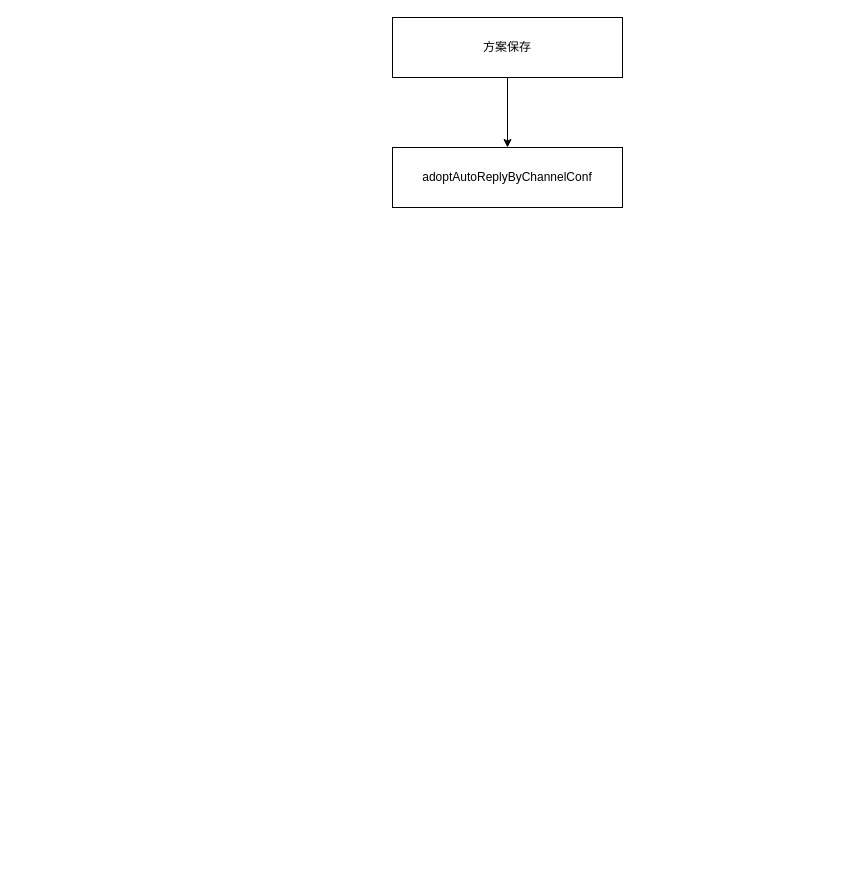
Earlier version of the draw.io diagram sop.drawio (1819011603/-). Source tidied: cells renumbered, new cells numbered last; positions are measured from the earlier drawing's top-left corner, leaving out a move shared by most shapes. Both pictures are drawn from the tidied source at 100%, with x=0, y=0 at pixel (392, 17).
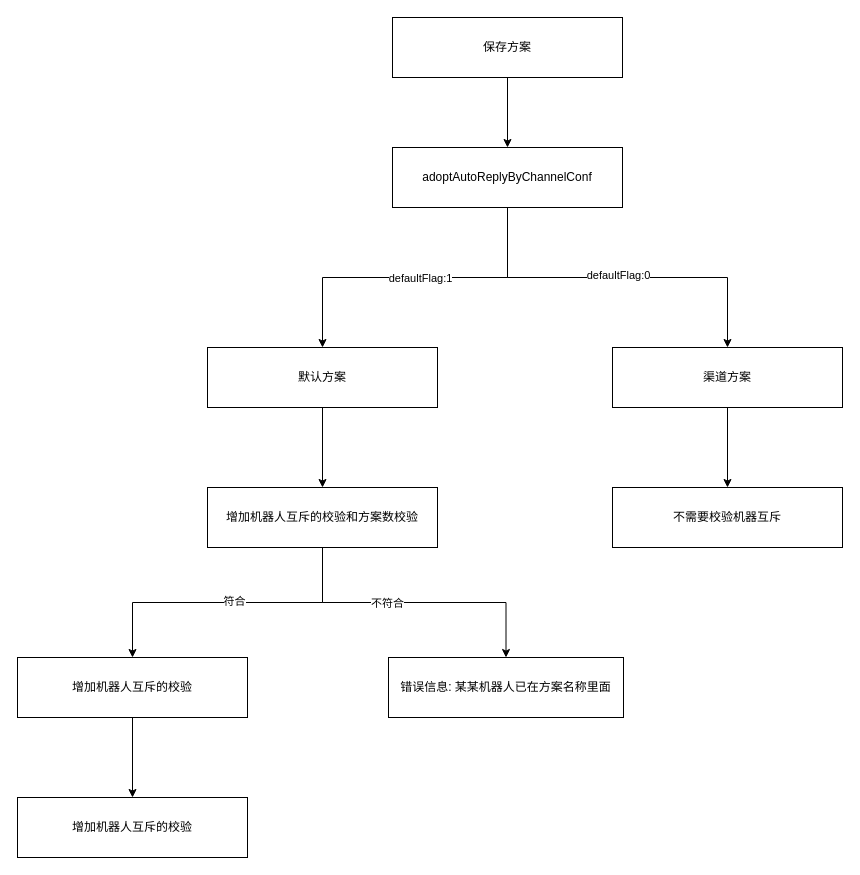
After the change.

The change refers to these unchanged cells:
```xml
<mxCell id="2" value="adoptAutoReplyByChannelConf" style="rounded=0;whiteSpace=wrap;html=1;" parent="1" vertex="1">
  <mxGeometry y="130" width="230" height="60" as="geometry" />
</mxCell>
```

Change to the diagram source:
```diff
@@
+    <mxCell id="5" style="edgeStyle=orthogonalEdgeStyle;rounded=0;jettySize=auto;html=1;" parent="1" edge="1" source="2" target="10">
+      <mxGeometry relative="1" as="geometry" />
+    </mxCell>
+    <mxCell id="6" value="defaultFlag:1" style="edgeLabel;html=1;align=center;verticalAlign=middle;" parent="5" vertex="1">
+      <mxGeometry x="-0.03" relative="1" as="geometry" />
+    </mxCell>
+    <mxCell id="7" style="edgeStyle=orthogonalEdgeStyle;rounded=0;jettySize=auto;html=1;" parent="1" edge="1" source="2" target="12">
+      <mxGeometry relative="1" as="geometry" />
+    </mxCell>
+    <mxCell id="8" value="defaultFlag:0" style="edgeLabel;html=1;align=center;verticalAlign=middle;" parent="7" vertex="1">
+      <mxGeometry y="3" relative="1" as="geometry" />
+    </mxCell>
@@
-    <mxCell id="4" value="方案保存" style="rounded=0;whiteSpace=wrap;html=1;" parent="1" vertex="1">
+    <mxCell id="4" value="保存方案" style="rounded=0;whiteSpace=wrap;html=1;" parent="1" vertex="1">
       <mxGeometry width="230" height="60" as="geometry" />
     </mxCell>
+    <mxCell id="9" style="edgeStyle=orthogonalEdgeStyle;rounded=0;jettySize=auto;html=1;" parent="1" edge="1" source="10" target="17">
+      <mxGeometry relative="1" as="geometry" />
+    </mxCell>
+    <mxCell id="10" value="默认方案" style="rounded=0;whiteSpace=wrap;html=1;" parent="1" vertex="1">
+      <mxGeometry x="-185" y="330" width="230" height="60" as="geometry" />
+    </mxCell>
+    <mxCell id="11" style="edgeStyle=orthogonalEdgeStyle;rounded=0;jettySize=auto;html=1;" parent="1" edge="1" source="12" target="22">
+      <mxGeometry relative="1" as="geometry" />
+    </mxCell>
+    <mxCell id="12" value="渠道方案" style="rounded=0;whiteSpace=wrap;html=1;" parent="1" vertex="1">
+      <mxGeometry x="220" y="330" width="230" height="60" as="geometry" />
+    </mxCell>
+    <mxCell id="13" style="edgeStyle=orthogonalEdgeStyle;rounded=0;jettySize=auto;html=1;" parent="1" edge="1" source="17" target="18">
+      <mxGeometry relative="1" as="geometry" />
+    </mxCell>
+    <mxCell id="14" value="不符合" style="edgeLabel;html=1;align=center;verticalAlign=middle;" parent="13" vertex="1">
+      <mxGeometry x="-0.19" relative="1" as="geometry" />
+    </mxCell>
+    <mxCell id="15" style="edgeStyle=orthogonalEdgeStyle;rounded=0;jettySize=auto;html=1;" parent="1" edge="1" source="17" target="20">
+      <mxGeometry relative="1" as="geometry" />
+    </mxCell>
+    <mxCell id="16" value="符合" style="edgeLabel;html=1;align=center;verticalAlign=middle;" parent="15" vertex="1">
+      <mxGeometry x="-0.04" y="-2" relative="1" as="geometry" />
+    </mxCell>
+    <mxCell id="17" value="增加机器人互斥的校验和方案数校验" style="rounded=0;whiteSpace=wrap;html=1;" parent="1" vertex="1">
+      <mxGeometry x="-185" y="470" width="230" height="60" as="geometry" />
+    </mxCell>
+    <mxCell id="18" value="错误信息: 某某机器人已在方案名称里面" style="whiteSpace=wrap;html=1;rounded=0;" parent="1" vertex="1">
+      <mxGeometry x="-4" y="640" width="235" height="60" as="geometry" />
+    </mxCell>
+    <mxCell id="19" style="edgeStyle=orthogonalEdgeStyle;rounded=0;jettySize=auto;html=1;" parent="1" edge="1" source="20" target="21">
+      <mxGeometry relative="1" as="geometry" />
+    </mxCell>
+    <mxCell id="20" value="增加机器人互斥的校验" style="rounded=0;whiteSpace=wrap;html=1;" parent="1" vertex="1">
+      <mxGeometry x="-375" y="640" width="230" height="60" as="geometry" />
+    </mxCell>
+    <mxCell id="21" value="增加机器人互斥的校验" style="rounded=0;whiteSpace=wrap;html=1;" parent="1" vertex="1">
+      <mxGeometry x="-375" y="780" width="230" height="60" as="geometry" />
+    </mxCell>
+    <mxCell id="22" value="不需要校验机器互斥" style="rounded=0;whiteSpace=wrap;html=1;" parent="1" vertex="1">
+      <mxGeometry x="220" y="470" width="230" height="60" as="geometry" />
+    </mxCell>
```
